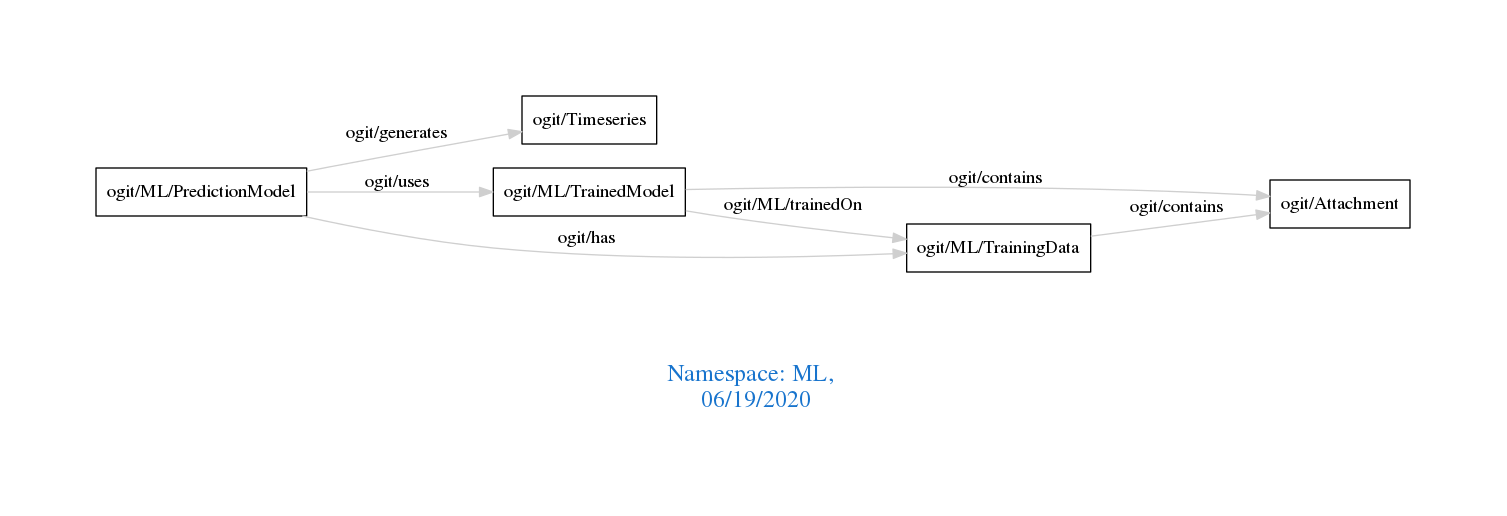
The Graphviz diagram downloads/ML.png in arago/OGIT, before a commit. Its source is kept beside it as downloads/ML.dot.
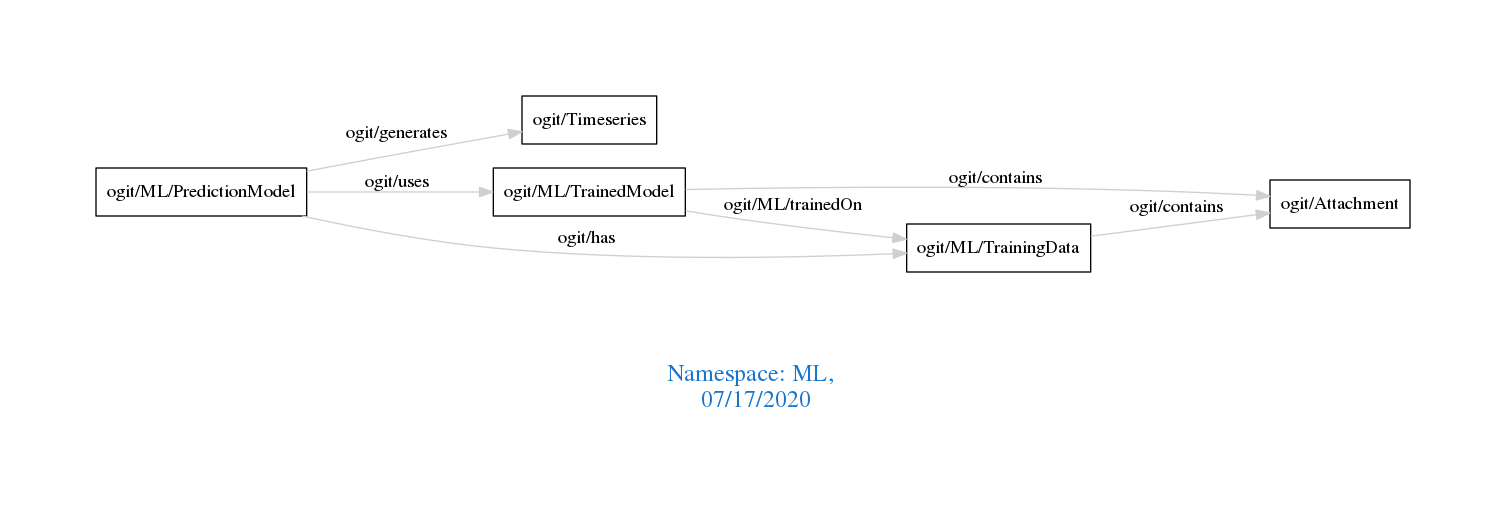
After the change.

Diff of the diagram source:
```diff
@@ -1,7 +1,7 @@
 digraph OGIT_ontology {
  graph [ rankdir= LR,pad=1
 fontsize = 18,
-fontcolor= dodgerblue3,label = "\n\n\nNamespace: ML, \n 06/19/2020"];
+fontcolor= dodgerblue3,label = "\n\n\nNamespace: ML, \n 07/17/2020"];
 node[shape=polygon];
 edge [  color="gray81"];
 
```
